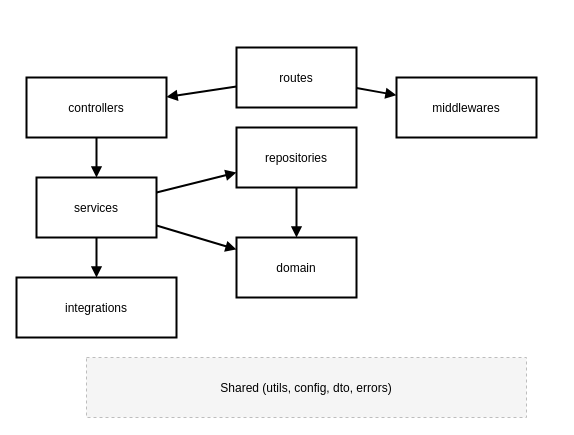
This is page "[API]novo-modelo-pacotes" (1 of 6) of docs/diagramas.drawio from LucasSdS/tcc-convenio-backend, a draw.io file, before an edit. Source tidied: cells renumbered, new cells numbered last; positions are measured from the earlier drawing's top-left corner, leaving out a move shared by most shapes. Both pictures are drawn from the tidied source at 100%, with x=0, y=0 at pixel (16, 47).
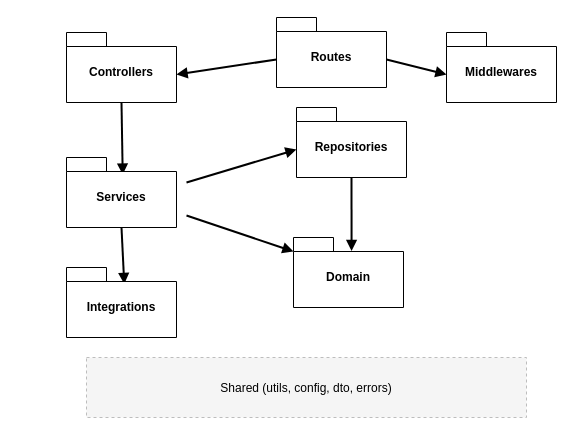
After the change.

Commit message (it also covers changes not shown here):
Docs: *Ajustando visualmente modelagem da arquitetura

The edit, as a diff of the source:
```diff
@@
 <mxGraphModel>
   <root>
     <mxCell id="0" />
     <mxCell id="1" parent="0" />
     <mxCell id="2" value="Shared (utils, config, dto, errors)" style="rounded=0;strokeWidth=1;dashed=1;fillColor=#f5f5f5;strokeColor=#bdbdbd;rotation=0;" parent="1" vertex="1">
       <mxGeometry x="70" y="310" width="440" height="60" as="geometry" />
     </mxCell>
-    <mxCell id="3" value="domain" style="rounded=0;strokeWidth=2;" parent="1" vertex="1">
-      <mxGeometry x="220" y="190" width="120" height="60" as="geometry" />
-    </mxCell>
-    <mxCell id="4" value="controllers" style="rounded=0;strokeWidth=2;" parent="1" vertex="1">
-      <mxGeometry x="10" y="30" width="140" height="60" as="geometry" />
-    </mxCell>
-    <mxCell id="5" value="integrations" style="rounded=0;strokeWidth=2;" parent="1" vertex="1">
-      <mxGeometry y="230" width="160" height="60" as="geometry" />
-    </mxCell>
-    <mxCell id="6" value="repositories" style="rounded=0;strokeWidth=2;" parent="1" vertex="1">
-      <mxGeometry x="220" y="80" width="120" height="60" as="geometry" />
-    </mxCell>
-    <mxCell id="7" value="routes" style="rounded=0;strokeWidth=2;" parent="1" vertex="1">
-      <mxGeometry x="220" width="120" height="60" as="geometry" />
-    </mxCell>
-    <mxCell id="8" value="middlewares" style="rounded=0;strokeWidth=2;" parent="1" vertex="1">
-      <mxGeometry x="380" y="30" width="140" height="60" as="geometry" />
-    </mxCell>
-    <mxCell id="9" value="services" style="rounded=0;strokeWidth=2;" parent="1" vertex="1">
-      <mxGeometry x="20" y="130" width="120" height="60" as="geometry" />
-    </mxCell>
-    <mxCell id="10" style="endArrow=block;strokeWidth=2;" parent="1" edge="1" source="7" target="4">
+    <mxCell id="10" style="endArrow=block;strokeWidth=2;entryX=0;entryY=0;entryDx=110;entryDy=42;entryPerimeter=0;exitX=0;exitY=0;exitDx=0;exitDy=42;exitPerimeter=0;" parent="1" edge="1" source="22" target="23">
       <mxGeometry relative="1" as="geometry" />
     </mxCell>
-    <mxCell id="11" style="endArrow=block;strokeWidth=2;" parent="1" edge="1" source="7" target="8">
+    <mxCell id="11" style="endArrow=block;strokeWidth=2;entryX=0;entryY=0;entryDx=0;entryDy=42;entryPerimeter=0;exitX=0;exitY=0;exitDx=110;exitDy=42;exitPerimeter=0;" parent="1" edge="1" source="22" target="21">
       <mxGeometry relative="1" as="geometry" />
     </mxCell>
-    <mxCell id="12" style="endArrow=block;strokeWidth=2;" parent="1" edge="1" source="4" target="9">
+    <mxCell id="12" style="endArrow=block;strokeWidth=2;entryX=0.511;entryY=0.244;entryDx=0;entryDy=0;entryPerimeter=0;exitX=0.5;exitY=1;exitDx=0;exitDy=0;exitPerimeter=0;" parent="1" edge="1" source="23" target="18">
       <mxGeometry relative="1" as="geometry" />
     </mxCell>
-    <mxCell id="13" style="endArrow=block;strokeWidth=2;" parent="1" edge="1" source="9" target="6">
-      <mxGeometry relative="1" as="geometry" />
+    <mxCell id="13" style="endArrow=block;strokeWidth=2;entryX=0;entryY=0;entryDx=0;entryDy=42;entryPerimeter=0;" parent="1" edge="1" target="20">
+      <mxGeometry relative="1" as="geometry">
+        <mxPoint x="170" y="135" as="sourcePoint" />
+      </mxGeometry>
     </mxCell>
-    <mxCell id="14" style="endArrow=block;strokeWidth=2;" parent="1" edge="1" source="9" target="3">
-      <mxGeometry relative="1" as="geometry" />
+    <mxCell id="14" style="endArrow=block;strokeWidth=2;entryX=0;entryY=0;entryDx=0;entryDy=14;entryPerimeter=0;" parent="1" edge="1" target="19">
+      <mxGeometry relative="1" as="geometry">
+        <mxPoint x="170" y="168" as="sourcePoint" />
+      </mxGeometry>
     </mxCell>
-    <mxCell id="15" style="endArrow=block;strokeWidth=2;" parent="1" edge="1" source="9" target="5">
+    <mxCell id="15" style="endArrow=block;strokeWidth=2;entryX=0.525;entryY=0.234;entryDx=0;entryDy=0;entryPerimeter=0;exitX=0.5;exitY=1;exitDx=0;exitDy=0;exitPerimeter=0;" parent="1" edge="1" source="18" target="17">
       <mxGeometry relative="1" as="geometry" />
     </mxCell>
-    <mxCell id="16" style="endArrow=block;strokeWidth=2;" parent="1" edge="1" source="6" target="3">
+    <mxCell id="16" style="endArrow=block;strokeWidth=2;entryX=0.528;entryY=0.192;entryDx=0;entryDy=0;entryPerimeter=0;exitX=0.5;exitY=1;exitDx=0;exitDy=0;exitPerimeter=0;" parent="1" edge="1" source="20" target="19">
       <mxGeometry relative="1" as="geometry" />
     </mxCell>
+    <mxCell id="17" value="Integrations" style="shape=folder;fontStyle=1;spacingTop=10;tabWidth=40;tabHeight=14;tabPosition=left;html=1;whiteSpace=wrap;" parent="1" vertex="1">
+      <mxGeometry x="50" y="220" width="110" height="70" as="geometry" />
+    </mxCell>
+    <mxCell id="18" value="Services" style="shape=folder;fontStyle=1;spacingTop=10;tabWidth=40;tabHeight=14;tabPosition=left;html=1;whiteSpace=wrap;" parent="1" vertex="1">
+      <mxGeometry x="50" y="110" width="110" height="70" as="geometry" />
+    </mxCell>
+    <mxCell id="19" value="Domain" style="shape=folder;fontStyle=1;spacingTop=10;tabWidth=40;tabHeight=14;tabPosition=left;html=1;whiteSpace=wrap;" parent="1" vertex="1">
+      <mxGeometry x="277" y="190" width="110" height="70" as="geometry" />
+    </mxCell>
+    <mxCell id="20" value="Repositories" style="shape=folder;fontStyle=1;spacingTop=10;tabWidth=40;tabHeight=14;tabPosition=left;html=1;whiteSpace=wrap;" parent="1" vertex="1">
+      <mxGeometry x="280" y="60" width="110" height="70" as="geometry" />
+    </mxCell>
+    <mxCell id="21" value="Middlewares" style="shape=folder;fontStyle=1;spacingTop=10;tabWidth=40;tabHeight=14;tabPosition=left;html=1;whiteSpace=wrap;" parent="1" vertex="1">
+      <mxGeometry x="430" y="-15" width="110" height="70" as="geometry" />
+    </mxCell>
+    <mxCell id="22" value="Routes" style="shape=folder;fontStyle=1;spacingTop=10;tabWidth=40;tabHeight=14;tabPosition=left;html=1;whiteSpace=wrap;" parent="1" vertex="1">
+      <mxGeometry x="260" y="-30" width="110" height="70" as="geometry" />
+    </mxCell>
+    <mxCell id="23" value="Controllers" style="shape=folder;fontStyle=1;spacingTop=10;tabWidth=40;tabHeight=14;tabPosition=left;html=1;whiteSpace=wrap;" parent="1" vertex="1">
+      <mxGeometry x="50" y="-15" width="110" height="70" as="geometry" />
+    </mxCell>
   </root>
 </mxGraphModel>
```
